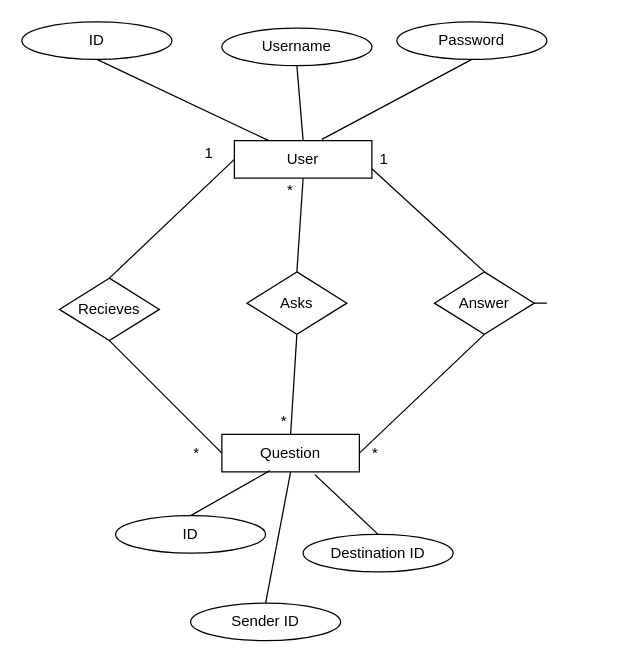
itggot-edvin-ketabati-augustinsson/slutprojektvt19webbserver keeps this draw.io diagram as Diagram/ER/ERslutprojekt.drawio. Above is the earlier version. Source tidied: cells renumbered, new cells numbered last; positions are measured from the earlier drawing's top-left corner, leaving out a move shared by most shapes. Both pictures are drawn from the tidied source at 125%, with x=0, y=0 at pixel (21, 21).
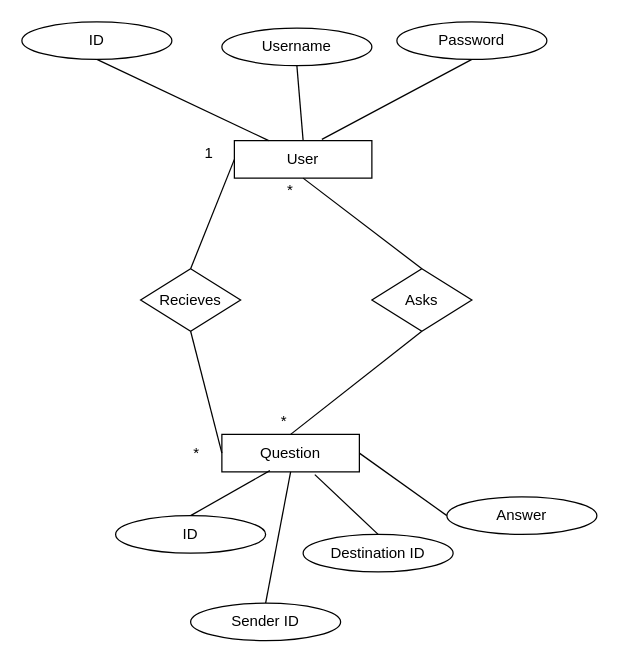
Above is the later version.

The change refers to these unchanged cells:
```xml
<mxCell id="2" value="User&lt;br&gt;" style="rounded=0;whiteSpace=wrap;html=1;" parent="1" vertex="1">
  <mxGeometry x="170" y="95" width="110" height="30" as="geometry" />
</mxCell>
<mxCell id="7" value="Question&lt;br&gt;" style="rounded=0;whiteSpace=wrap;html=1;" parent="1" vertex="1">
  <mxGeometry x="160" y="330" width="110" height="30" as="geometry" />
</mxCell>
```

Change to the diagram source:
```diff
@@
     <mxCell id="11" value="Asks&lt;br&gt;" style="rhombus;whiteSpace=wrap;html=1;" parent="1" vertex="1">
-      <mxGeometry x="180" y="200" width="80" height="50" as="geometry" />
+      <mxGeometry x="280" y="197.5" width="80" height="50" as="geometry" />
     </mxCell>
     <mxCell id="12" value="Recieves&lt;br&gt;" style="rhombus;whiteSpace=wrap;html=1;" parent="1" vertex="1">
-      <mxGeometry x="30" y="205" width="80" height="50" as="geometry" />
+      <mxGeometry x="95" y="197.5" width="80" height="50" as="geometry" />
     </mxCell>
-    <mxCell id="13" style="edgeStyle=none;rounded=0;jettySize=auto;html=1;exitX=1;exitY=0.5;exitDx=0;exitDy=0;startArrow=none;startFill=0;endArrow=none;endFill=0;strokeColor=#000000;strokeWidth=1;" parent="1" edge="1" source="14">
-      <mxGeometry relative="1" as="geometry">
-        <mxPoint x="420" y="225" as="targetPoint" />
-      </mxGeometry>
-    </mxCell>
-    <mxCell id="14" value="Answer&lt;br&gt;" style="rhombus;whiteSpace=wrap;html=1;" parent="1" vertex="1">
-      <mxGeometry x="330" y="200" width="80" height="50" as="geometry" />
-    </mxCell>
@@
-    <mxCell id="22" style="rounded=0;jettySize=auto;html=1;exitX=1;exitY=0.75;exitDx=0;exitDy=0;startArrow=none;strokeColor=#000000;startFill=0;endArrow=none;endFill=0;strokeWidth=1;entryX=0.5;entryY=0;entryDx=0;entryDy=0;" parent="1" edge="1" source="2" target="14">
-      <mxGeometry relative="1" as="geometry" />
-    </mxCell>
-    <mxCell id="23" style="rounded=0;jettySize=auto;html=1;exitX=0.5;exitY=1;exitDx=0;exitDy=0;startArrow=none;strokeColor=#000000;startFill=0;endArrow=none;endFill=0;strokeWidth=1;entryX=1;entryY=0.5;entryDx=0;entryDy=0;" parent="1" edge="1" source="14" target="7">
-      <mxGeometry relative="1" as="geometry" />
-    </mxCell>
@@
-    <mxCell id="30" value="*&lt;br&gt;" style="text;html=1;strokeColor=none;fillColor=none;align=center;verticalAlign=middle;whiteSpace=wrap;rounded=0;" parent="1" vertex="1">
-      <mxGeometry x="263" y="335" width="40" height="20" as="geometry" />
-    </mxCell>
-    <mxCell id="31" value="1&lt;br&gt;" style="text;html=1;strokeColor=none;fillColor=none;align=center;verticalAlign=middle;whiteSpace=wrap;rounded=0;" parent="1" vertex="1">
-      <mxGeometry x="270" y="100" width="40" height="20" as="geometry" />
-    </mxCell>
-    <mxCell id="32" style="edgeStyle=none;rounded=0;orthogonalLoop=1;jettySize=auto;html=1;exitX=0.5;exitY=1;exitDx=0;exitDy=0;startArrow=none;startFill=0;endArrow=none;endFill=0;strokeColor=#000000;strokeWidth=1;" parent="1" edge="1" source="31" target="31">
-      <mxGeometry relative="1" as="geometry" />
+    <mxCell id="32" style="edgeStyle=none;rounded=0;orthogonalLoop=1;jettySize=auto;html=1;exitX=0.5;exitY=1;exitDx=0;exitDy=0;startArrow=none;startFill=0;endArrow=none;endFill=0;strokeColor=#000000;strokeWidth=1;" parent="1" edge="1">
+      <mxGeometry relative="1" as="geometry">
+        <mxPoint x="290" y="120" as="sourcePoint" />
+        <mxPoint x="290" y="120" as="targetPoint" />
+      </mxGeometry>
     </mxCell>
+    <mxCell id="23" style="edgeStyle=none;rounded=0;jettySize=auto;html=1;exitX=0;exitY=0.5;exitDx=0;exitDy=0;entryX=1;entryY=0.5;entryDx=0;entryDy=0;startArrow=none;startFill=0;endArrow=none;endFill=0;strokeColor=#000000;strokeWidth=1;" parent="1" edge="1" source="14" target="7">
+      <mxGeometry relative="1" as="geometry" />
+    </mxCell>
+    <mxCell id="14" value="Answer&lt;br&gt;" style="ellipse;whiteSpace=wrap;html=1;" parent="1" vertex="1">
+      <mxGeometry x="340" y="380" width="120" height="30" as="geometry" />
+    </mxCell>
```
